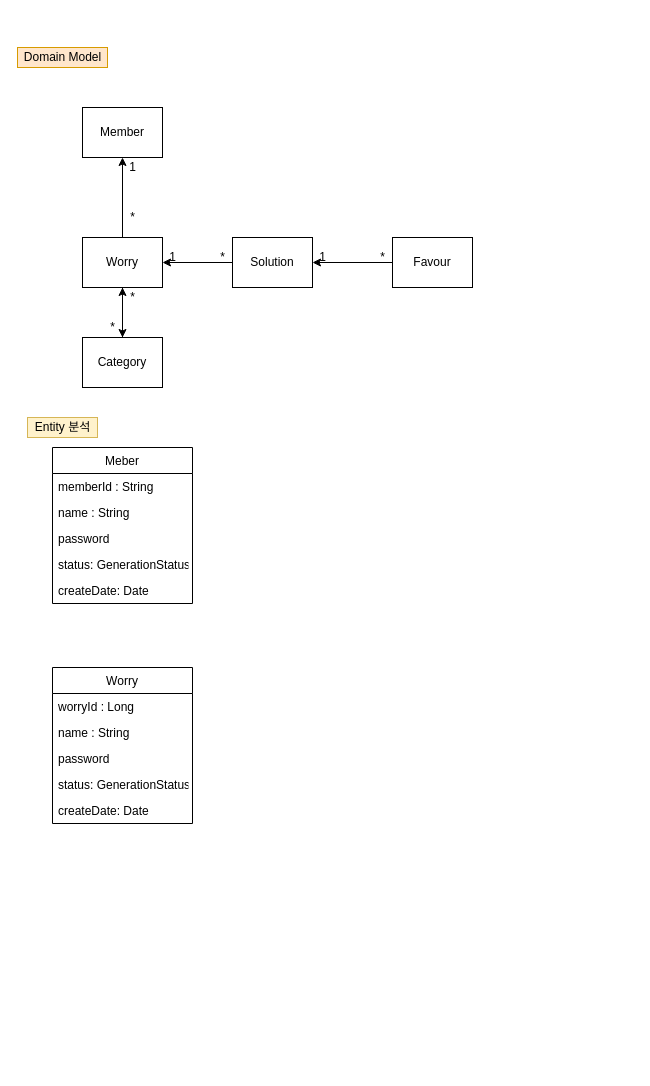
Above: ClassDiagram/Untitled Diagram.drawio in InjunSeo/GominNo (draw.io), before the change. Source tidied: cells renumbered, new cells numbered last; positions are measured from the earlier drawing's top-left corner, leaving out a move shared by most shapes. Both pictures are drawn from the tidied source at 100%, with x=0, y=0 at pixel (17, 47).
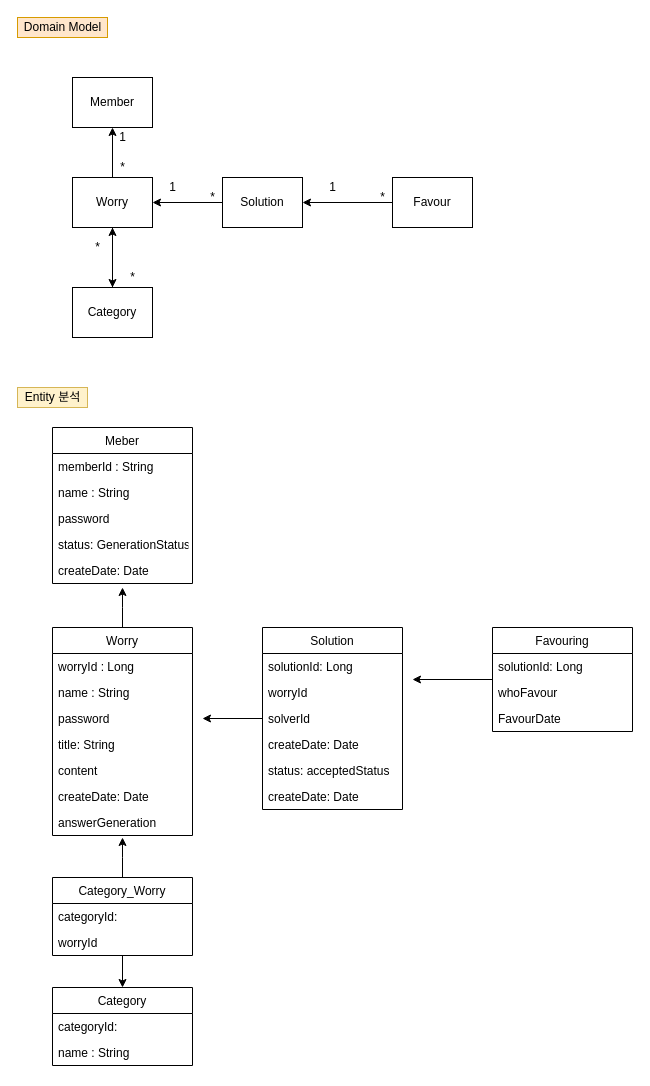
After the change.

Diff of the diagram source:
```diff
@@
     <mxCell id="2" value="Member" style="rounded=0;whiteSpace=wrap;html=1;" parent="1" vertex="1">
-      <mxGeometry x="65" y="60" width="80" height="50" as="geometry" />
+      <mxGeometry x="55" y="30" width="80" height="50" as="geometry" />
     </mxCell>
@@
     <mxCell id="5" value="Worry" style="rounded=0;whiteSpace=wrap;html=1;" parent="1" vertex="1">
-      <mxGeometry x="65" y="190" width="80" height="50" as="geometry" />
+      <mxGeometry x="55" y="130" width="80" height="50" as="geometry" />
     </mxCell>
     <mxCell id="6" value="*" style="text;html=1;align=center;verticalAlign=middle;strokeColor=none;" parent="1" vertex="1">
-      <mxGeometry x="105" y="160" width="20" height="20" as="geometry" />
+      <mxGeometry x="95" y="110" width="20" height="20" as="geometry" />
     </mxCell>
     <mxCell id="7" value="1" style="text;html=1;align=center;verticalAlign=middle;strokeColor=none;" parent="1" vertex="1">
-      <mxGeometry x="105" y="110" width="20" height="20" as="geometry" />
+      <mxGeometry x="95" y="80" width="20" height="20" as="geometry" />
     </mxCell>
@@
     <mxCell id="9" value="Solution" style="rounded=0;whiteSpace=wrap;html=1;" parent="1" vertex="1">
-      <mxGeometry x="215" y="190" width="80" height="50" as="geometry" />
+      <mxGeometry x="205" y="130" width="80" height="50" as="geometry" />
     </mxCell>
@@
     <mxCell id="11" value="Category" style="rounded=0;whiteSpace=wrap;html=1;" parent="1" vertex="1">
-      <mxGeometry x="65" y="290" width="80" height="50" as="geometry" />
+      <mxGeometry x="55" y="240" width="80" height="50" as="geometry" />
     </mxCell>
     <mxCell id="12" value="1" style="text;html=1;align=center;verticalAlign=middle;strokeColor=none;" parent="1" vertex="1">
-      <mxGeometry x="145" y="200" width="20" height="20" as="geometry" />
+      <mxGeometry x="145" y="130" width="20" height="20" as="geometry" />
     </mxCell>
     <mxCell id="13" value="*" style="text;html=1;align=center;verticalAlign=middle;strokeColor=none;" parent="1" vertex="1">
-      <mxGeometry x="195" y="200" width="20" height="20" as="geometry" />
+      <mxGeometry x="185" y="140" width="20" height="20" as="geometry" />
     </mxCell>
@@
     <mxCell id="15" value="Favour" style="rounded=0;whiteSpace=wrap;html=1;" parent="1" vertex="1">
-      <mxGeometry x="375" y="190" width="80" height="50" as="geometry" />
+      <mxGeometry x="375" y="130" width="80" height="50" as="geometry" />
     </mxCell>
     <mxCell id="16" value="*" style="text;html=1;align=center;verticalAlign=middle;strokeColor=none;" parent="1" vertex="1">
-      <mxGeometry x="105" y="240" width="20" height="20" as="geometry" />
+      <mxGeometry x="105" y="220" width="20" height="20" as="geometry" />
     </mxCell>
     <mxCell id="17" value="*" style="text;html=1;align=center;verticalAlign=middle;strokeColor=none;" parent="1" vertex="1">
-      <mxGeometry x="85" y="270" width="20" height="20" as="geometry" />
+      <mxGeometry x="70" y="190" width="20" height="20" as="geometry" />
     </mxCell>
     <mxCell id="18" value="1" style="text;html=1;align=center;verticalAlign=middle;strokeColor=none;" parent="1" vertex="1">
-      <mxGeometry x="295" y="200" width="20" height="20" as="geometry" />
+      <mxGeometry x="305" y="130" width="20" height="20" as="geometry" />
     </mxCell>
     <mxCell id="19" value="*" style="text;html=1;align=center;verticalAlign=middle;strokeColor=none;" parent="1" vertex="1">
-      <mxGeometry x="355" y="200" width="20" height="20" as="geometry" />
+      <mxGeometry x="355" y="140" width="20" height="20" as="geometry" />
     </mxCell>
     <mxCell id="20" value="Domain Model" style="text;html=1;align=center;verticalAlign=middle;strokeColor=#d79b00;fillColor=#ffe6cc;" parent="1" vertex="1">
-      <mxGeometry width="90" height="20" as="geometry" />
+      <mxGeometry y="-30" width="90" height="20" as="geometry" />
     </mxCell>
     <mxCell id="21" value="Entity 분석" style="text;html=1;align=center;verticalAlign=middle;strokeColor=#d6b656;fillColor=#fff2cc;" parent="1" vertex="1">
-      <mxGeometry x="10" y="370" width="70" height="20" as="geometry" />
+      <mxGeometry y="340" width="70" height="20" as="geometry" />
     </mxCell>
     <mxCell id="22" value="Meber" style="swimlane;fontStyle=0;horizontal=1;startSize=26;" parent="1" vertex="1">
-      <mxGeometry x="35" y="400" width="140" height="156" as="geometry" />
+      <mxGeometry x="35" y="380" width="140" height="156" as="geometry" />
     </mxCell>
@@
+    <mxCell id="34" style="edgeStyle=orthogonalEdgeStyle;rounded=0;jettySize=auto;html=1;" parent="1" edge="1" source="28">
+      <mxGeometry relative="1" as="geometry">
+        <mxPoint x="105" y="540" as="targetPoint" />
+      </mxGeometry>
+    </mxCell>
     <mxCell id="28" value="Worry" style="swimlane;fontStyle=0;horizontal=1;startSize=26;" parent="1" vertex="1">
-      <mxGeometry x="35" y="620" width="140" height="156" as="geometry" />
+      <mxGeometry x="35" y="580" width="140" height="208" as="geometry" />
     </mxCell>
@@
+    <mxCell id="35" value="title: String" style="text;strokeColor=none;fillColor=none;align=left;verticalAlign=top;spacingLeft=4;spacingRight=4;overflow=hidden;" parent="28" vertex="1">
+      <mxGeometry y="104" width="140" height="26" as="geometry" />
+    </mxCell>
-    <mxCell id="32" value="status: GenerationStatus" style="text;strokeColor=none;fillColor=none;align=left;verticalAlign=top;spacingLeft=4;spacingRight=4;overflow=hidden;" parent="28" vertex="1">
-      <mxGeometry y="104" width="140" height="26" as="geometry" />
+    <mxCell id="32" value="content" style="text;strokeColor=none;fillColor=none;align=left;verticalAlign=top;spacingLeft=4;spacingRight=4;overflow=hidden;" parent="28" vertex="1">
+      <mxGeometry y="130" width="140" height="26" as="geometry" />
     </mxCell>
     <mxCell id="33" value="createDate: Date" style="text;strokeColor=none;fillColor=none;align=left;verticalAlign=top;spacingLeft=4;spacingRight=4;overflow=hidden;" parent="28" vertex="1">
-      <mxGeometry y="130" width="140" height="26" as="geometry" />
+      <mxGeometry y="156" width="140" height="26" as="geometry" />
     </mxCell>
+    <mxCell id="36" value="answerGeneration&#10;" style="text;strokeColor=none;fillColor=none;align=left;verticalAlign=top;spacingLeft=4;spacingRight=4;overflow=hidden;" parent="28" vertex="1">
+      <mxGeometry y="182" width="140" height="26" as="geometry" />
+    </mxCell>
+    <mxCell id="37" style="edgeStyle=orthogonalEdgeStyle;rounded=0;jettySize=auto;html=1;entryX=0.5;entryY=0;entryDx=0;entryDy=0;" parent="1" edge="1" source="39" target="42">
+      <mxGeometry relative="1" as="geometry" />
+    </mxCell>
+    <mxCell id="38" style="edgeStyle=orthogonalEdgeStyle;rounded=0;jettySize=auto;html=1;" parent="1" edge="1" source="39">
+      <mxGeometry relative="1" as="geometry">
+        <mxPoint x="105" y="790" as="targetPoint" />
+      </mxGeometry>
+    </mxCell>
+    <mxCell id="39" value="Category_Worry" style="swimlane;fontStyle=0;horizontal=1;startSize=26;" parent="1" vertex="1">
+      <mxGeometry x="35" y="830" width="140" height="78" as="geometry" />
+    </mxCell>
+    <mxCell id="40" value="categoryId: " style="text;strokeColor=none;fillColor=none;align=left;verticalAlign=top;spacingLeft=4;spacingRight=4;overflow=hidden;" parent="39" vertex="1">
+      <mxGeometry y="26" width="140" height="26" as="geometry" />
+    </mxCell>
+    <mxCell id="41" value="worryId" style="text;strokeColor=none;fillColor=none;align=left;verticalAlign=top;spacingLeft=4;spacingRight=4;overflow=hidden;" parent="39" vertex="1">
+      <mxGeometry y="52" width="140" height="26" as="geometry" />
+    </mxCell>
+    <mxCell id="42" value="Category" style="swimlane;fontStyle=0;horizontal=1;startSize=26;" parent="1" vertex="1">
+      <mxGeometry x="35" y="940" width="140" height="78" as="geometry" />
+    </mxCell>
+    <mxCell id="43" value="categoryId: " style="text;strokeColor=none;fillColor=none;align=left;verticalAlign=top;spacingLeft=4;spacingRight=4;overflow=hidden;" parent="42" vertex="1">
+      <mxGeometry y="26" width="140" height="26" as="geometry" />
+    </mxCell>
+    <mxCell id="44" value="name : String" style="text;strokeColor=none;fillColor=none;align=left;verticalAlign=top;spacingLeft=4;spacingRight=4;overflow=hidden;" parent="42" vertex="1">
+      <mxGeometry y="52" width="140" height="26" as="geometry" />
+    </mxCell>
+    <mxCell id="45" style="edgeStyle=orthogonalEdgeStyle;rounded=0;jettySize=auto;html=1;" parent="1" edge="1" source="46">
+      <mxGeometry relative="1" as="geometry">
+        <mxPoint x="185" y="671" as="targetPoint" />
+      </mxGeometry>
+    </mxCell>
+    <mxCell id="46" value="Solution" style="swimlane;fontStyle=0;horizontal=1;startSize=26;" parent="1" vertex="1">
+      <mxGeometry x="245" y="580" width="140" height="182" as="geometry" />
+    </mxCell>
+    <mxCell id="47" value="solutionId: Long" style="text;strokeColor=none;fillColor=none;align=left;verticalAlign=top;spacingLeft=4;spacingRight=4;overflow=hidden;" parent="46" vertex="1">
+      <mxGeometry y="26" width="140" height="26" as="geometry" />
+    </mxCell>
+    <mxCell id="48" value="worryId" style="text;strokeColor=none;fillColor=none;align=left;verticalAlign=top;spacingLeft=4;spacingRight=4;overflow=hidden;" parent="46" vertex="1">
+      <mxGeometry y="52" width="140" height="26" as="geometry" />
+    </mxCell>
+    <mxCell id="49" value="solverId" style="text;strokeColor=none;fillColor=none;align=left;verticalAlign=top;spacingLeft=4;spacingRight=4;overflow=hidden;" parent="46" vertex="1">
+      <mxGeometry y="78" width="140" height="26" as="geometry" />
+    </mxCell>
+    <mxCell id="50" value="createDate: Date" style="text;strokeColor=none;fillColor=none;align=left;verticalAlign=top;spacingLeft=4;spacingRight=4;overflow=hidden;" parent="46" vertex="1">
+      <mxGeometry y="104" width="140" height="26" as="geometry" />
+    </mxCell>
+    <mxCell id="51" value="status: acceptedStatus" style="text;strokeColor=none;fillColor=none;align=left;verticalAlign=top;spacingLeft=4;spacingRight=4;overflow=hidden;" parent="46" vertex="1">
+      <mxGeometry y="130" width="140" height="26" as="geometry" />
+    </mxCell>
+    <mxCell id="52" value="createDate: Date" style="text;strokeColor=none;fillColor=none;align=left;verticalAlign=top;spacingLeft=4;spacingRight=4;overflow=hidden;" parent="46" vertex="1">
+      <mxGeometry y="156" width="140" height="26" as="geometry" />
+    </mxCell>
+    <mxCell id="53" style="edgeStyle=orthogonalEdgeStyle;rounded=0;jettySize=auto;html=1;" parent="1" edge="1" source="54">
+      <mxGeometry relative="1" as="geometry">
+        <mxPoint x="395" y="632" as="targetPoint" />
+      </mxGeometry>
+    </mxCell>
+    <mxCell id="54" value="Favouring" style="swimlane;fontStyle=0;horizontal=1;startSize=26;" parent="1" vertex="1">
+      <mxGeometry x="475" y="580" width="140" height="104" as="geometry" />
+    </mxCell>
+    <mxCell id="55" value="solutionId: Long" style="text;strokeColor=none;fillColor=none;align=left;verticalAlign=top;spacingLeft=4;spacingRight=4;overflow=hidden;" parent="54" vertex="1">
+      <mxGeometry y="26" width="140" height="26" as="geometry" />
+    </mxCell>
+    <mxCell id="56" value="whoFavour" style="text;strokeColor=none;fillColor=none;align=left;verticalAlign=top;spacingLeft=4;spacingRight=4;overflow=hidden;" parent="54" vertex="1">
+      <mxGeometry y="52" width="140" height="26" as="geometry" />
+    </mxCell>
+    <mxCell id="57" value="FavourDate" style="text;strokeColor=none;fillColor=none;align=left;verticalAlign=top;spacingLeft=4;spacingRight=4;overflow=hidden;" parent="54" vertex="1">
+      <mxGeometry y="78" width="140" height="26" as="geometry" />
+    </mxCell>
```
